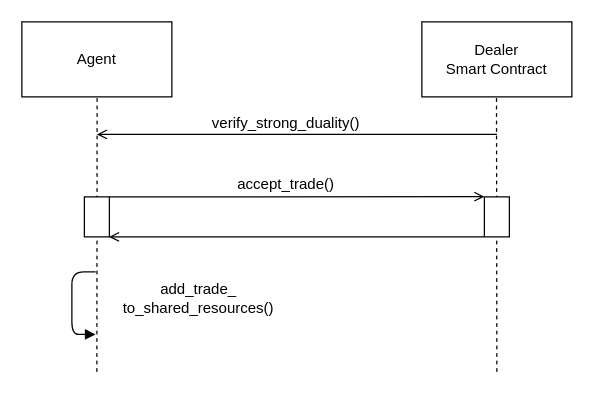
The draw.io diagram figures/xml/trade_verification.drawio in nreinhol/master_thesis, before the edit. Source tidied: cells renumbered, new cells numbered last; positions are measured from the earlier drawing's top-left corner, leaving out a move shared by most shapes. Both pictures are drawn from the tidied source at 125%, with x=0, y=0 at pixel (21, 21).
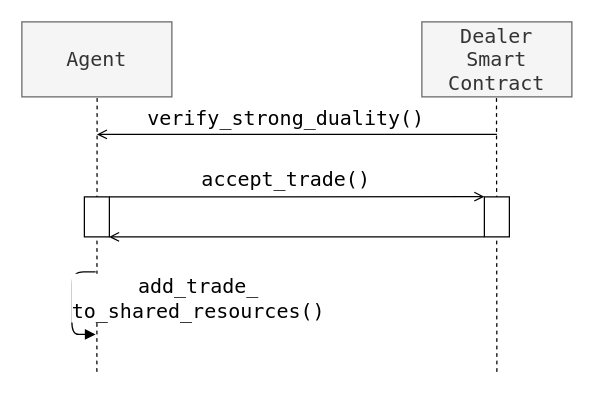
The same page after the edit.

Change to the diagram source:
```diff
@@
-    <mxCell id="2" value="Agent" style="rounded=0;whiteSpace=wrap;html=1;" parent="1" vertex="1">
+    <mxCell id="2" value="Agent" style="rounded=0;whiteSpace=wrap;html=1;fillColor=#f5f5f5;strokeColor=#666666;fontColor=#333333;fontFamily=Lucida Console;fontSize=16;" parent="1" vertex="1">
       <mxGeometry width="120" height="60" as="geometry" />
     </mxCell>
-    <mxCell id="3" value="Dealer&lt;br&gt;Smart Contract" style="rounded=0;whiteSpace=wrap;html=1;" parent="1" vertex="1">
+    <mxCell id="3" value="Dealer&lt;br style=&quot;font-size: 16px;&quot;&gt;Smart Contract" style="rounded=0;whiteSpace=wrap;html=1;fillColor=#f5f5f5;strokeColor=#666666;fontColor=#333333;fontFamily=Lucida Console;fontSize=16;" parent="1" vertex="1">
       <mxGeometry x="320" width="120" height="60" as="geometry" />
     </mxCell>
-    <mxCell id="4" style="endArrow=none;dashed=1;html=1;entryX=0.46;entryY=1.031;entryDx=0;entryDy=0;entryPerimeter=0;" parent="1" edge="1">
+    <mxCell id="4" style="endArrow=none;dashed=1;html=1;entryX=0.46;entryY=1.031;entryDx=0;entryDy=0;entryPerimeter=0;fontFamily=Lucida Console;fontSize=16;" parent="1" edge="1">
       <mxGeometry relative="1" as="geometry">
         <mxPoint x="380" y="280" as="sourcePoint" />
         <mxPoint x="379.7" y="59.9" as="targetPoint" />
       </mxGeometry>
     </mxCell>
-    <mxCell id="5" style="endArrow=open;html=1;endFill=0;" parent="1" edge="1">
+    <mxCell id="5" style="endArrow=open;html=1;endFill=0;fontFamily=Lucida Console;fontSize=16;" parent="1" edge="1">
       <mxGeometry relative="1" as="geometry">
         <mxPoint x="380" y="90" as="sourcePoint" />
         <mxPoint x="60" y="90" as="targetPoint" />
       </mxGeometry>
     </mxCell>
-    <mxCell id="6" value="verify_strong_duality()" style="text;html=1;align=center;verticalAlign=middle;labelBackgroundColor=#ffffff;" parent="5" vertex="1">
+    <mxCell id="6" value="verify_strong_duality()" style="text;html=1;align=center;verticalAlign=middle;labelBackgroundColor=#ffffff;fontFamily=Lucida Console;fontSize=16;" parent="5" vertex="1">
       <mxGeometry x="0.17" y="1" relative="1" as="geometry">
-        <mxPoint x="17.5" y="-11" as="offset" />
+        <mxPoint x="17.5" y="-15" as="offset" />
       </mxGeometry>
     </mxCell>
-    <mxCell id="7" style="endArrow=none;dashed=1;html=1;entryX=0.46;entryY=1.031;entryDx=0;entryDy=0;entryPerimeter=0;" parent="1" edge="1">
+    <mxCell id="7" style="endArrow=none;dashed=1;html=1;entryX=0.46;entryY=1.031;entryDx=0;entryDy=0;entryPerimeter=0;fontFamily=Lucida Console;fontSize=16;" parent="1" edge="1">
       <mxGeometry relative="1" as="geometry">
         <mxPoint x="60" y="280" as="sourcePoint" />
         <mxPoint x="60.2" y="59.9" as="targetPoint" />
       </mxGeometry>
     </mxCell>
-    <mxCell id="8" style="endArrow=none;html=1;endFill=0;startArrow=open;startFill=0;entryX=0.001;entryY=0.006;entryDx=0;entryDy=0;entryPerimeter=0;exitX=-0.005;exitY=0.998;exitDx=0;exitDy=0;exitPerimeter=0;" parent="1" edge="1" source="12" target="10">
+    <mxCell id="8" style="endArrow=none;html=1;endFill=0;startArrow=open;startFill=0;entryX=0.001;entryY=0.006;entryDx=0;entryDy=0;entryPerimeter=0;exitX=-0.005;exitY=0.998;exitDx=0;exitDy=0;exitPerimeter=0;fontFamily=Lucida Console;fontSize=16;" parent="1" edge="1" source="12" target="10">
       <mxGeometry relative="1" as="geometry" />
     </mxCell>
-    <mxCell id="9" value="accept_trade()" style="text;html=1;align=center;verticalAlign=middle;labelBackgroundColor=#ffffff;" parent="8" vertex="1">
+    <mxCell id="9" value="accept_trade()" style="text;html=1;align=center;verticalAlign=middle;labelBackgroundColor=#ffffff;fontFamily=Lucida Console;fontSize=16;" parent="8" vertex="1">
       <mxGeometry x="-0.2" relative="1" as="geometry">
-        <mxPoint x="-40" y="-10" as="offset" />
+        <mxPoint x="-40" y="-14" as="offset" />
       </mxGeometry>
     </mxCell>
-    <mxCell id="10" style="rounded=0;whiteSpace=wrap;html=1;rotation=90;fillColor=#FFFFFF;" parent="1" vertex="1">
+    <mxCell id="10" style="rounded=0;whiteSpace=wrap;html=1;rotation=90;fillColor=#FFFFFF;fontFamily=Lucida Console;fontSize=16;" parent="1" vertex="1">
       <mxGeometry x="44" y="146" width="32" height="20" as="geometry" />
     </mxCell>
-    <mxCell id="11" style="endArrow=open;html=1;endFill=0;entryX=1.001;entryY=0.015;entryDx=0;entryDy=0;entryPerimeter=0;exitX=1;exitY=1.007;exitDx=0;exitDy=0;exitPerimeter=0;" parent="1" edge="1" source="12" target="10">
+    <mxCell id="11" style="endArrow=open;html=1;endFill=0;entryX=1.001;entryY=0.015;entryDx=0;entryDy=0;entryPerimeter=0;exitX=1;exitY=1.007;exitDx=0;exitDy=0;exitPerimeter=0;fontFamily=Lucida Console;fontSize=16;" parent="1" edge="1" source="12" target="10">
       <mxGeometry relative="1" as="geometry" />
     </mxCell>
-    <mxCell id="12" style="rounded=0;whiteSpace=wrap;html=1;rotation=90;fillColor=#FFFFFF;" parent="1" vertex="1">
+    <mxCell id="12" style="rounded=0;whiteSpace=wrap;html=1;rotation=90;fillColor=#FFFFFF;fontFamily=Lucida Console;fontSize=16;" parent="1" vertex="1">
       <mxGeometry x="364" y="146" width="32" height="20" as="geometry" />
     </mxCell>
-    <mxCell id="13" style="endArrow=none;html=1;endFill=0;startArrow=block;startFill=1;edgeStyle=orthogonalEdgeStyle;" parent="1" edge="1">
+    <mxCell id="13" style="endArrow=none;html=1;endFill=0;startArrow=block;startFill=1;edgeStyle=orthogonalEdgeStyle;fontFamily=Lucida Console;fontSize=16;" parent="1" edge="1">
       <mxGeometry relative="1" as="geometry">
         <mxPoint x="59" y="250" as="sourcePoint" />
         <mxPoint x="59" y="200" as="targetPoint" />
         <Array as="points">
           <mxPoint x="40" y="250" />
           <mxPoint x="40" y="200" />
         </Array>
       </mxGeometry>
     </mxCell>
-    <mxCell id="14" value="add_trade_&lt;br&gt;to_shared_resources()" style="text;html=1;align=center;verticalAlign=middle;labelBackgroundColor=#ffffff;fillColor=none;" parent="13" vertex="1">
+    <mxCell id="14" value="add_trade_&lt;br style=&quot;font-size: 16px;&quot;&gt;to_shared_resources()" style="text;html=1;align=center;verticalAlign=middle;labelBackgroundColor=#ffffff;fillColor=none;fontFamily=Lucida Console;fontSize=16;" parent="13" vertex="1">
       <mxGeometry x="-0.02" y="1" relative="1" as="geometry">
         <mxPoint x="101" y="-5.5" as="offset" />
       </mxGeometry>
     </mxCell>
```
